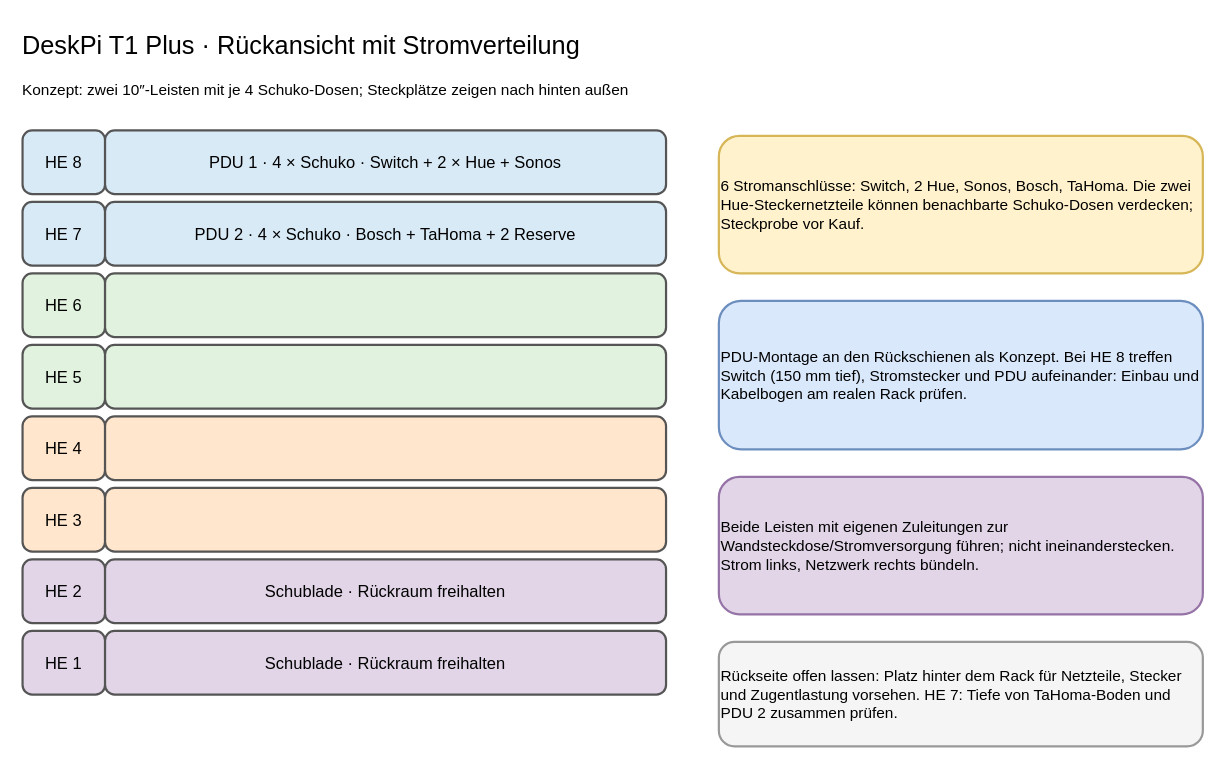
tiptronic/diagrams keeps this draw.io diagram as page "DeskPi 8 HE – Rückseite" (3 of 4) of 10-zoll-rack-planung.drawio. Above is the earlier version. Source tidied: cells renumbered, new cells numbered last; positions are measured from the earlier drawing's top-left corner, leaving out a move shared by most shapes. Both pictures are drawn from the tidied source at 110%, with x=0, y=0 at pixel (20, 20).
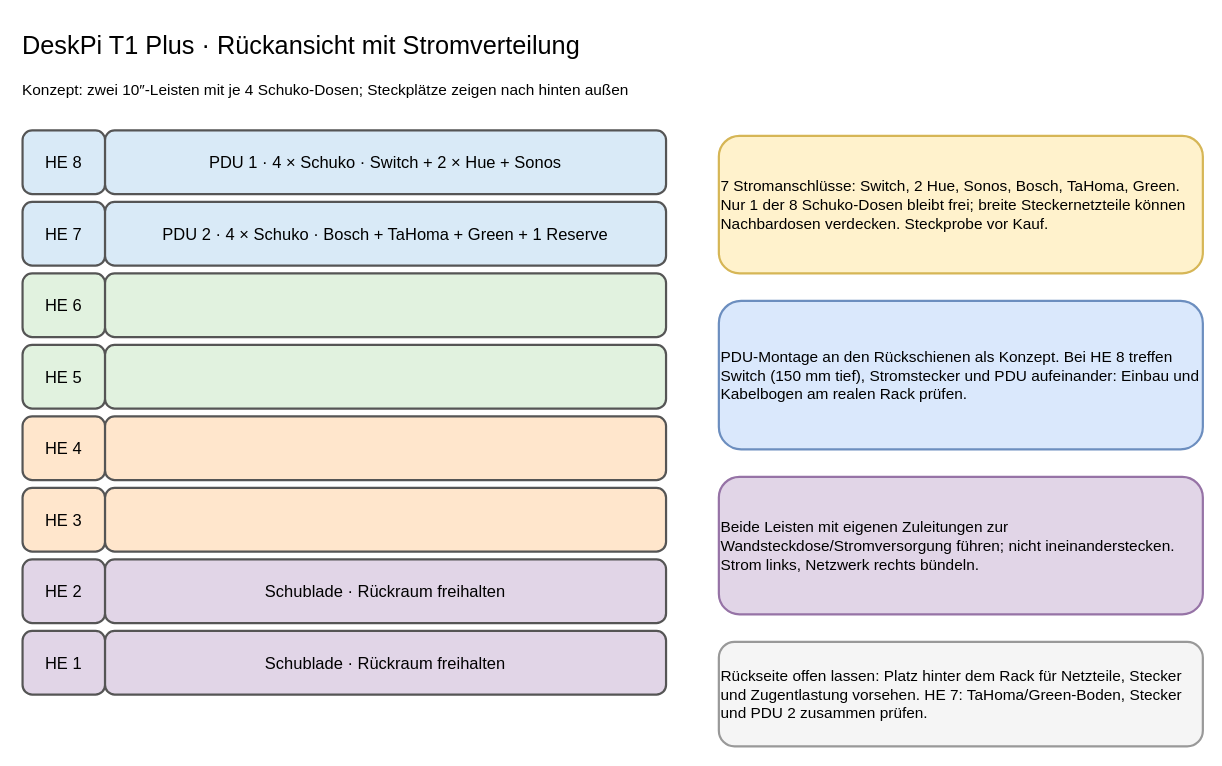
Above is the later version.

Commit message (it also covers changes not shown here):
Add Home Assistant Green to rack plan

Diff of the diagram source:
```diff
@@
-    <mxCell id="7" value="PDU 2 · 4 × Schuko · Bosch + TaHoma + 2 Reserve" style="rounded=1;whiteSpace=wrap;html=1;align=center;verticalAlign=middle;strokeWidth=2;fontSize=15;fillColor=#d9eaf7;strokeColor=#555555;" parent="1" vertex="1">
+    <mxCell id="7" value="PDU 2 · 4 × Schuko · Bosch + TaHoma + Green + 1 Reserve" style="rounded=1;whiteSpace=wrap;html=1;align=center;verticalAlign=middle;strokeWidth=2;fontSize=15;fillColor=#d9eaf7;strokeColor=#555555;" parent="1" vertex="1">
       <mxGeometry x="77" y="165" width="510" height="58" as="geometry" />
     </mxCell>
@@
-    <mxCell id="20" value="6 Stromanschlüsse: Switch, 2 Hue, Sonos, Bosch, TaHoma. Die zwei Hue-Steckernetzteile können benachbarte Schuko-Dosen verdecken; Steckprobe vor Kauf." style="rounded=1;whiteSpace=wrap;html=1;align=left;verticalAlign=middle;strokeWidth=2;fontSize=14;fillColor=#fff2cc;strokeColor=#d6b656;" parent="1" vertex="1">
+    <mxCell id="20" value="7 Stromanschlüsse: Switch, 2 Hue, Sonos, Bosch, TaHoma, Green. Nur 1 der 8 Schuko-Dosen bleibt frei; breite Steckernetzteile können Nachbardosen verdecken. Steckprobe vor Kauf." style="rounded=1;whiteSpace=wrap;html=1;align=left;verticalAlign=middle;strokeWidth=2;fontSize=14;fillColor=#fff2cc;strokeColor=#d6b656;" parent="1" vertex="1">
       <mxGeometry x="635" y="105" width="440" height="125" as="geometry" />
     </mxCell>
@@
-    <mxCell id="23" value="Rückseite offen lassen: Platz hinter dem Rack für Netzteile, Stecker und Zugentlastung vorsehen. HE 7: Tiefe von TaHoma-Boden und PDU 2 zusammen prüfen." style="rounded=1;whiteSpace=wrap;html=1;align=left;verticalAlign=middle;strokeWidth=2;fontSize=14;fillColor=#f5f5f5;strokeColor=#999999;" parent="1" vertex="1">
+    <mxCell id="23" value="Rückseite offen lassen: Platz hinter dem Rack für Netzteile, Stecker und Zugentlastung vorsehen. HE 7: TaHoma/Green-Boden, Stecker und PDU 2 zusammen prüfen." style="rounded=1;whiteSpace=wrap;html=1;align=left;verticalAlign=middle;strokeWidth=2;fontSize=14;fillColor=#f5f5f5;strokeColor=#999999;" parent="1" vertex="1">
       <mxGeometry x="635" y="565" width="440" height="95" as="geometry" />
     </mxCell>
```
